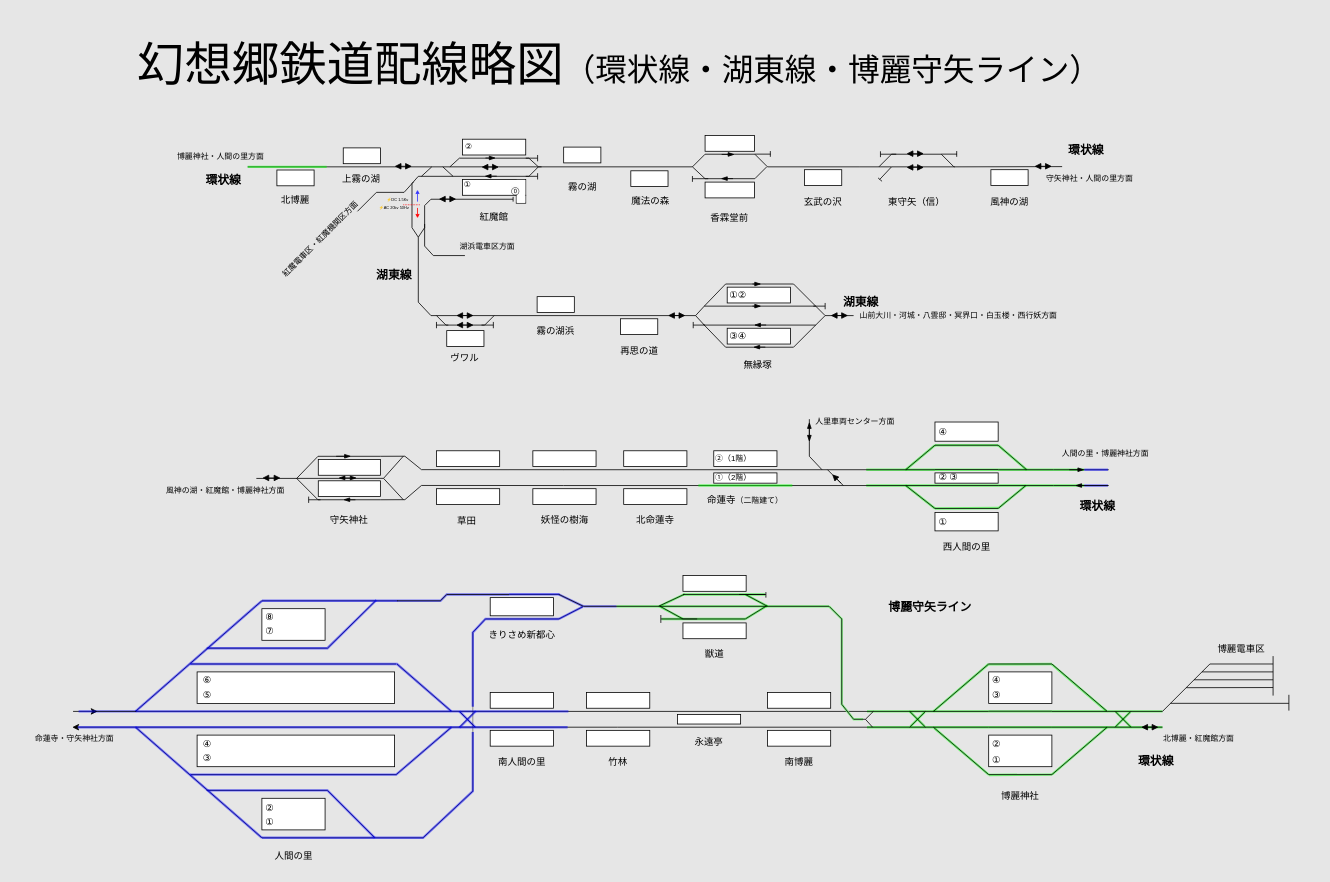
The draw.io diagram resources/route_design_Loop-Koto-HMLIne.drawio in noname390/BVE-Gensokyo-Railway, before the edit. Source tidied: cells renumbered, new cells numbered last; positions are measured from the earlier drawing's top-left corner, leaving out a move shared by most shapes. Both pictures are drawn from the tidied source at 79%, with x=0, y=0 at pixel (13, 26).
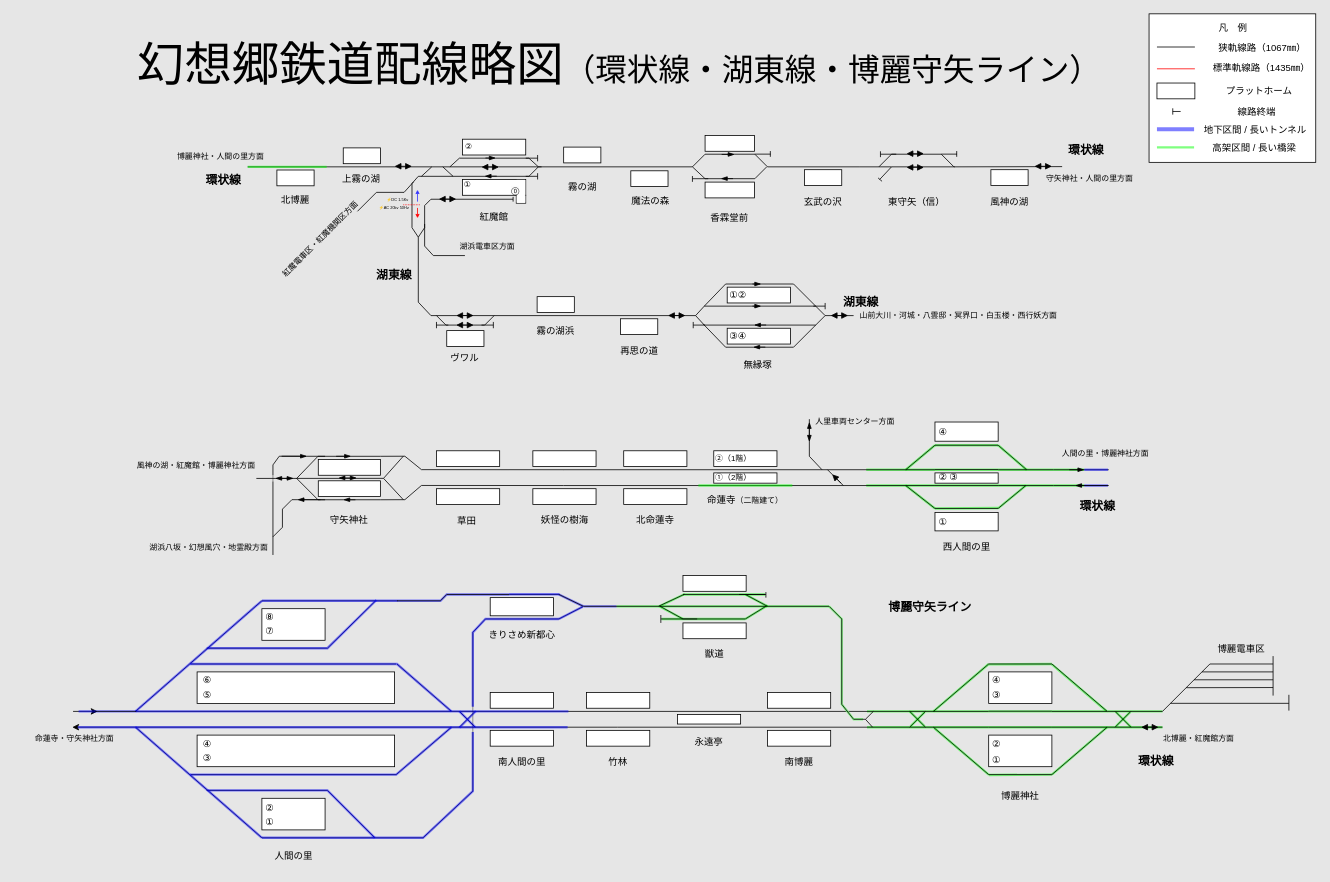
Above is the later version.

Commit message (it also covers changes not shown here):
edit route design

The edit, as a diff of the source:
```diff
@@
-    <mxCell id="63" style="endArrow=block;startArrow=block;html=1;rounded=0;startFill=1;endFill=1;" parent="1" edge="1">
+    <mxCell id="63" style="endArrow=blockThin;startArrow=blockThin;html=1;rounded=0;startFill=1;endFill=1;" parent="1" edge="1">
       <mxGeometry relative="1" as="geometry">
-        <mxPoint x="314.6" y="571.5" as="sourcePoint" />
-        <mxPoint x="337.6" y="571.5" as="targetPoint" />
+        <mxPoint x="331" y="572" as="sourcePoint" />
+        <mxPoint x="354" y="572" as="targetPoint" />
       </mxGeometry>
     </mxCell>
@@
     <mxCell id="216" value="&lt;font style=&quot;font-size: 10px;&quot;&gt;風神の湖・紅魔館・博麗神社方面&lt;/font&gt;" style="text;strokeColor=none;align=center;fillColor=none;html=1;verticalAlign=middle;whiteSpace=wrap;rounded=0;" parent="1" vertex="1">
-      <mxGeometry x="190" y="572" width="156" height="30" as="geometry" />
+      <mxGeometry x="153" y="541" width="156" height="30" as="geometry" />
     </mxCell>
@@
     <mxCell id="330" style="endArrow=none;html=1;rounded=0;" parent="1" edge="1">
       <mxGeometry relative="1" as="geometry">
-        <mxPoint x="373.2" y="599.1" as="sourcePoint" />
-        <mxPoint x="388.2" y="599.1" as="targetPoint" />
+        <mxPoint x="328" y="646" as="sourcePoint" />
+        <mxPoint x="394" y="599.1" as="targetPoint" />
+        <Array as="points">
+          <mxPoint x="340" y="634" />
+          <mxPoint x="340" y="611" />
+          <mxPoint x="352" y="599" />
+        </Array>
       </mxGeometry>
     </mxCell>
-    <mxCell id="331" style="endArrow=none;html=1;rounded=0;" parent="1" edge="1">
-      <mxGeometry relative="1" as="geometry">
-        <mxPoint x="373.2" y="603.1" as="sourcePoint" />
-        <mxPoint x="373.2" y="595.1" as="targetPoint" />
-      </mxGeometry>
-    </mxCell>
+    <mxCell id="332" style="endArrow=none;html=1;rounded=0;" parent="1" edge="1">
+      <mxGeometry relative="1" as="geometry">
+        <mxPoint x="328" y="568" as="sourcePoint" />
+        <mxPoint x="394" y="544.1" as="targetPoint" />
+        <Array as="points">
+          <mxPoint x="328" y="555" />
+          <mxPoint x="336" y="544" />
+        </Array>
+      </mxGeometry>
+    </mxCell>
+    <mxCell id="333" value="&lt;font style=&quot;font-size: 10px;&quot;&gt;湖浜八坂・幻想風穴・地霊殿方面&lt;/font&gt;" style="text;strokeColor=none;align=center;fillColor=none;html=1;verticalAlign=middle;whiteSpace=wrap;rounded=0;" parent="1" vertex="1">
+      <mxGeometry x="169" y="644.1" width="156" height="30" as="geometry" />
+    </mxCell>
+    <mxCell id="334" style="endArrow=blockThin;html=1;rounded=0;endFill=1;" parent="1" edge="1">
+      <mxGeometry relative="1" as="geometry">
+        <mxPoint x="339" y="544" as="sourcePoint" />
+        <mxPoint x="371" y="544" as="targetPoint" />
+      </mxGeometry>
+    </mxCell>
+    <mxCell id="335" style="endArrow=blockThin;html=1;rounded=0;endFill=1;" parent="1" edge="1">
+      <mxGeometry relative="1" as="geometry">
+        <mxPoint x="388.2" y="599" as="sourcePoint" />
+        <mxPoint x="359.2" y="599" as="targetPoint" />
+      </mxGeometry>
+    </mxCell>
+    <mxCell id="336" style="rounded=0;whiteSpace=wrap;html=1;" parent="1" vertex="1">
+      <mxGeometry x="1437" y="-16" width="211" height="188" as="geometry" />
+    </mxCell>
+    <mxCell id="337" value="凡　例" style="text;html=1;align=center;verticalAlign=middle;strokeColor=none;fillColor=none;" parent="1" vertex="1">
+      <mxGeometry x="1515" y="-12" width="55" height="27" as="geometry" />
+    </mxCell>
+    <mxCell id="338" style="endArrow=none;html=1;rounded=0;" parent="1" edge="1">
+      <mxGeometry relative="1" as="geometry">
+        <mxPoint x="1495" y="26" as="sourcePoint" />
+        <mxPoint x="1447" y="26" as="targetPoint" />
+      </mxGeometry>
+    </mxCell>
+    <mxCell id="339" value="狭軌線路（1067㎜）" style="text;html=1;align=center;verticalAlign=middle;strokeColor=none;fillColor=none;" parent="1" vertex="1">
+      <mxGeometry x="1515" y="13" width="130" height="27" as="geometry" />
+    </mxCell>
+    <mxCell id="340" value="標準軌線路（1435㎜）" style="text;html=1;align=center;verticalAlign=middle;strokeColor=none;fillColor=none;" parent="1" vertex="1">
+      <mxGeometry x="1508" y="39" width="142" height="27" as="geometry" />
+    </mxCell>
+    <mxCell id="341" style="endArrow=none;html=1;rounded=0;strokeColor=#FF0000;" parent="1" edge="1">
+      <mxGeometry relative="1" as="geometry">
+        <mxPoint x="1495" y="53.6" as="sourcePoint" />
+        <mxPoint x="1447" y="53.6" as="targetPoint" />
+      </mxGeometry>
+    </mxCell>
+    <mxCell id="342" style="rounded=0;whiteSpace=wrap;html=1;" parent="1" vertex="1">
+      <mxGeometry x="1447" y="71.6" width="48" height="20" as="geometry" />
+    </mxCell>
+    <mxCell id="343" value="プラットホーム" style="text;html=1;align=center;verticalAlign=middle;strokeColor=none;fillColor=none;" parent="1" vertex="1">
+      <mxGeometry x="1524.5" y="68" width="103" height="27" as="geometry" />
+    </mxCell>
+    <mxCell id="344" style="endArrow=none;html=1;rounded=0;" parent="1" edge="1">
+      <mxGeometry relative="1" as="geometry">
+        <mxPoint x="1467" y="107.6" as="sourcePoint" />
+        <mxPoint x="1477" y="107.6" as="targetPoint" />
+      </mxGeometry>
+    </mxCell>
+    <mxCell id="345" style="endArrow=none;html=1;rounded=0;" parent="1" edge="1">
+      <mxGeometry relative="1" as="geometry">
+        <mxPoint x="1467" y="111.6" as="sourcePoint" />
+        <mxPoint x="1467" y="103.6" as="targetPoint" />
+      </mxGeometry>
+    </mxCell>
+    <mxCell id="346" value="線路終端" style="text;html=1;align=center;verticalAlign=middle;strokeColor=none;fillColor=none;" parent="1" vertex="1">
+      <mxGeometry x="1539" y="94" width="67" height="27" as="geometry" />
+    </mxCell>
+    <mxCell id="347" style="endArrow=none;html=1;rounded=0;strokeColor=#0000FF;opacity=50;strokeWidth=5;" parent="1" edge="1">
+      <mxGeometry relative="1" as="geometry">
+        <mxPoint x="1447" y="130" as="sourcePoint" />
+        <mxPoint x="1494" y="130" as="targetPoint" />
+      </mxGeometry>
+    </mxCell>
+    <mxCell id="348" value="地下区間 /&amp;nbsp;&lt;span style=&quot;background-color: initial;&quot;&gt;長いトンネル&lt;/span&gt;" style="text;html=1;align=center;verticalAlign=middle;strokeColor=none;fillColor=none;" parent="1" vertex="1">
+      <mxGeometry x="1496" y="117" width="149" height="27" as="geometry" />
+    </mxCell>
+    <mxCell id="349" value="高架区間 /&amp;nbsp;&lt;span style=&quot;background-color: initial;&quot;&gt;長い橋梁&lt;/span&gt;" style="text;html=1;align=center;verticalAlign=middle;strokeColor=none;fillColor=none;" parent="1" vertex="1">
+      <mxGeometry x="1507" y="140" width="125" height="27" as="geometry" />
+    </mxCell>
+    <mxCell id="350" style="endArrow=none;html=1;rounded=0;strokeWidth=3;opacity=50;strokeColor=#00FF00;" parent="1" edge="1">
+      <mxGeometry relative="1" as="geometry">
+        <mxPoint x="1447" y="153" as="sourcePoint" />
+        <mxPoint x="1494" y="153" as="targetPoint" />
+      </mxGeometry>
+    </mxCell>
+    <mxCell id="351" style="endArrow=none;html=1;rounded=0;" parent="1" edge="1">
+      <mxGeometry relative="1" as="geometry">
+        <mxPoint x="328" y="669" as="sourcePoint" />
+        <mxPoint x="328" y="576" as="targetPoint" />
+      </mxGeometry>
+    </mxCell>
+    <mxCell id="352" style="endArrow=none;html=1;rounded=0;opacity=50;" parent="1" edge="1">
+      <mxGeometry relative="1" as="geometry">
+        <mxPoint x="328" y="576" as="sourcePoint" />
+        <mxPoint x="328" y="568" as="targetPoint" />
+      </mxGeometry>
+    </mxCell>
```
